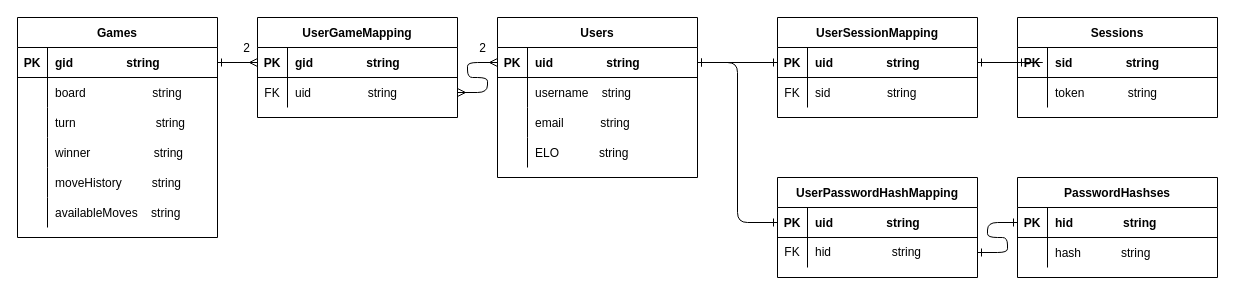
This is documentation/drawio/Database.drawio from Tluszczyk/TicTactics-go, a draw.io file, before an edit. Source tidied: cells renumbered, new cells numbered last; positions are measured from the earlier drawing's top-left corner, leaving out a move shared by most shapes. Both pictures are drawn from the tidied source at 100%, with x=0, y=0 at pixel (17, 17).
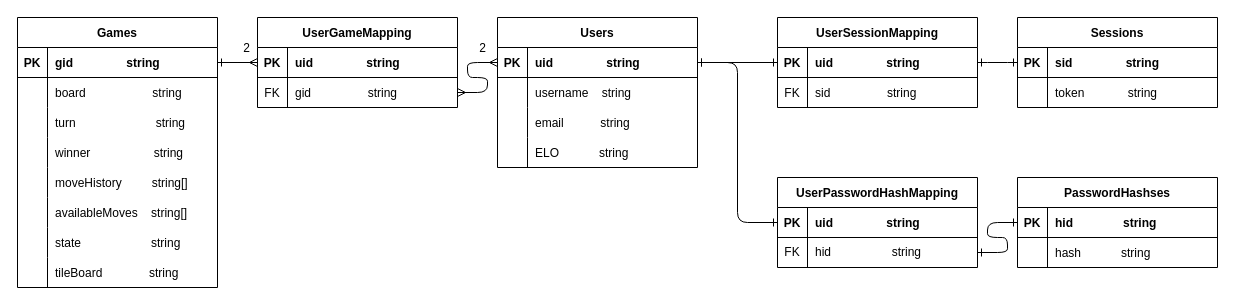
Above is the later version.

The change refers to these unchanged cells:
```xml
<mxCell id="35" style="shape=tableRow;horizontal=0;startSize=0;swimlaneHead=0;swimlaneBody=0;fillColor=none;top=0;left=0;right=0;bottom=0;" parent="22" vertex="1">
  <mxGeometry y="150" width="200" height="30" as="geometry" />
</mxCell>
<mxCell id="38" style="shape=tableRow;horizontal=0;startSize=0;swimlaneHead=0;swimlaneBody=0;fillColor=none;top=0;left=0;right=0;bottom=0;" parent="22" vertex="1">
  <mxGeometry y="180" width="200" height="30" as="geometry" />
</mxCell>
<mxCell id="46" style="shape=partialRectangle;fillColor=none;points=[[0,0.5],[1,0.5]];portConstraint=eastwest;top=0;left=0;right=0;bottom=1;" parent="45" vertex="1">
  <mxGeometry y="30" width="200" height="30" as="geometry" />
</mxCell>
<mxCell id="49" style="shape=partialRectangle;fillColor=none;points=[[0,0.5],[1,0.5]];portConstraint=eastwest;top=0;left=0;right=0;bottom=0;" parent="45" vertex="1">
  <mxGeometry y="60" width="200" height="30" as="geometry" />
</mxCell>
<mxCell id="62" style="shape=partialRectangle;fillColor=none;points=[[0,0.5],[1,0.5]];portConstraint=eastwest;top=0;left=0;right=0;bottom=1;" parent="61" vertex="1">
  <mxGeometry y="30" width="200" height="30" as="geometry" />
</mxCell>
<mxCell id="69" style="shape=partialRectangle;fillColor=none;points=[[0,0.5],[1,0.5]];portConstraint=eastwest;top=0;left=0;right=0;bottom=1;" parent="68" vertex="1">
  <mxGeometry y="30" width="200" height="30" as="geometry" />
</mxCell>
```

Change to the diagram source:
```diff
@@
     <mxCell id="2" value="PasswordHashses" style="shape=table;startSize=30;childLayout=tableLayout;rowLines=0;fontStyle=1;align=center;" parent="1" vertex="1">
-      <mxGeometry x="1000" y="160" width="200" height="100" as="geometry" />
+      <mxGeometry x="1000" y="160" width="200" height="90" as="geometry" />
     </mxCell>
@@
     <mxCell id="9" value="Users" style="shape=table;startSize=30;childLayout=tableLayout;rowLines=0;fontStyle=1;align=center;" parent="1" vertex="1">
-      <mxGeometry x="480" width="200" height="160" as="geometry" />
+      <mxGeometry x="480" width="200" height="150" as="geometry" />
     </mxCell>
@@
     <mxCell id="22" value="Games" style="shape=table;startSize=30;childLayout=tableLayout;rowLines=0;fontStyle=1;align=center;" parent="1" vertex="1">
-      <mxGeometry width="200" height="220" as="geometry" />
+      <mxGeometry width="200" height="270" as="geometry" />
     </mxCell>
@@
-    <mxCell id="37" value="moveHistory         string" style="shape=partialRectangle;fillColor=none;top=0;left=0;bottom=0;right=0;align=left;spacingLeft=6;overflow=hidden;" parent="35" vertex="1">
+    <mxCell id="37" value="moveHistory         string[]" style="shape=partialRectangle;fillColor=none;top=0;left=0;bottom=0;right=0;align=left;spacingLeft=6;overflow=hidden;" parent="35" vertex="1">
       <mxGeometry x="30" width="170" height="30" as="geometry" />
     </mxCell>
@@
-    <mxCell id="40" value="availableMoves    string" style="shape=partialRectangle;fillColor=none;top=0;left=0;bottom=0;right=0;align=left;spacingLeft=6;overflow=hidden;" parent="38" vertex="1">
+    <mxCell id="40" value="availableMoves    string[]" style="shape=partialRectangle;fillColor=none;top=0;left=0;bottom=0;right=0;align=left;spacingLeft=6;overflow=hidden;" parent="38" vertex="1">
       <mxGeometry x="30" width="170" height="30" as="geometry" />
     </mxCell>
+    <mxCell id="77" style="shape=tableRow;horizontal=0;startSize=0;swimlaneHead=0;swimlaneBody=0;fillColor=none;top=0;left=0;right=0;bottom=0;" parent="22" vertex="1">
+      <mxGeometry y="210" width="200" height="30" as="geometry" />
+    </mxCell>
+    <mxCell id="78" style="shape=partialRectangle;fillColor=none;top=0;left=0;bottom=0;right=0;overflow=hidden;" parent="77" vertex="1">
+      <mxGeometry width="30" height="30" as="geometry" />
+    </mxCell>
+    <mxCell id="79" value="state                     string" style="shape=partialRectangle;fillColor=none;top=0;left=0;bottom=0;right=0;align=left;spacingLeft=6;overflow=hidden;" parent="77" vertex="1">
+      <mxGeometry x="30" width="170" height="30" as="geometry" />
+    </mxCell>
+    <mxCell id="80" style="shape=tableRow;horizontal=0;startSize=0;swimlaneHead=0;swimlaneBody=0;fillColor=none;top=0;left=0;right=0;bottom=0;" parent="22" vertex="1">
+      <mxGeometry y="240" width="200" height="30" as="geometry" />
+    </mxCell>
+    <mxCell id="81" style="shape=partialRectangle;fillColor=none;top=0;left=0;bottom=0;right=0;overflow=hidden;" parent="80" vertex="1">
+      <mxGeometry width="30" height="30" as="geometry" />
+    </mxCell>
+    <mxCell id="82" value="tileBoard              string" style="shape=partialRectangle;fillColor=none;top=0;left=0;bottom=0;right=0;align=left;spacingLeft=6;overflow=hidden;" parent="80" vertex="1">
+      <mxGeometry x="30" width="170" height="30" as="geometry" />
+    </mxCell>
@@
     <mxCell id="45" value="UserGameMapping" style="shape=table;startSize=30;childLayout=tableLayout;rowLines=0;fontStyle=1;align=center;" parent="1" vertex="1">
-      <mxGeometry x="240" width="200" height="100" as="geometry" />
+      <mxGeometry x="240" width="200" height="90" as="geometry" />
     </mxCell>
@@
-    <mxCell id="48" value="gid                string" style="shape=partialRectangle;overflow=hidden;fillColor=none;top=0;left=0;bottom=0;right=0;align=left;spacingLeft=6;fontStyle=1;" parent="46" vertex="1">
+    <mxCell id="48" value="uid                string" style="shape=partialRectangle;overflow=hidden;fillColor=none;top=0;left=0;bottom=0;right=0;align=left;spacingLeft=6;fontStyle=1;" parent="46" vertex="1">
       <mxGeometry x="30" width="170" height="30" as="geometry" />
     </mxCell>
@@
-    <mxCell id="51" value="uid                 string" style="shape=partialRectangle;overflow=hidden;fillColor=none;top=0;left=0;bottom=0;right=0;align=left;spacingLeft=6;" parent="49" vertex="1">
+    <mxCell id="51" value="gid                 string" style="shape=partialRectangle;overflow=hidden;fillColor=none;top=0;left=0;bottom=0;right=0;align=left;spacingLeft=6;" parent="49" vertex="1">
       <mxGeometry x="30" width="170" height="30" as="geometry" />
     </mxCell>
     <mxCell id="52" value="UserPasswordHashMapping" style="shape=table;startSize=30;childLayout=tableLayout;rowLines=0;fontStyle=1;align=center;" parent="1" vertex="1">
-      <mxGeometry x="760" y="160" width="200" height="100" as="geometry" />
+      <mxGeometry x="760" y="160" width="200" height="90" as="geometry" />
     </mxCell>
@@
     <mxCell id="61" value="Sessions" style="shape=table;startSize=30;childLayout=tableLayout;rowLines=0;fontStyle=1;align=center;" parent="1" vertex="1">
-      <mxGeometry x="1000" width="200" height="100" as="geometry" />
+      <mxGeometry x="1000" width="200" height="90" as="geometry" />
     </mxCell>
@@
     <mxCell id="68" value="UserSessionMapping" style="shape=table;startSize=30;childLayout=tableLayout;rowLines=0;fontStyle=1;align=center;" parent="1" vertex="1">
-      <mxGeometry x="760" width="200" height="100" as="geometry" />
+      <mxGeometry x="760" width="200" height="90" as="geometry" />
     </mxCell>
@@
     <mxCell id="76" style="edgeStyle=elbowEdgeStyle;endArrow=ERone;startArrow=ERone;endFill=0;startFill=0;exitX=1;exitY=0.5;exitDx=0;exitDy=0;entryX=0;entryY=0.5;entryDx=0;entryDy=0;" parent="1" edge="1" source="69" target="62">
       <mxGeometry relative="1" as="geometry">
         <Array as="points">
-          <mxPoint x="1030" y="30" />
+          <mxPoint x="980" y="45" />
         </Array>
       </mxGeometry>
     </mxCell>
```
